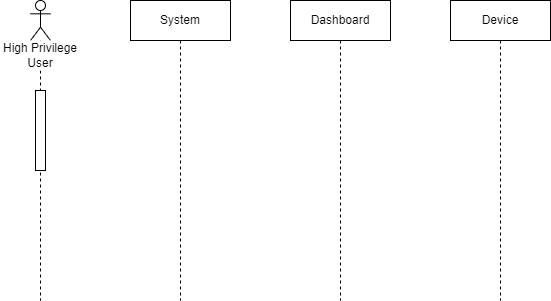
Earlier version of the draw.io export Sequence Diagram - Device (Higher Privilege).drawio.png (kaisunoo/Acads). Source tidied: cells renumbered, new cells last; positions are measured from the earlier drawing's top-left corner, leaving out a move shared by most shapes.
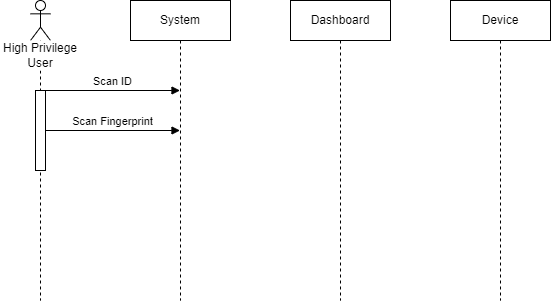
The same diagram one commit later.

What changed in the source:
```diff
@@ -20,5 +20,14 @@
     <mxCell id="7" value="Device" style="shape=umlLifeline;perimeter=lifelinePerimeter;whiteSpace=wrap;html=1;newEdgeStyle={&quot;curved&quot;:0,&quot;rounded&quot;:0};" parent="1" vertex="1">
       <mxGeometry x="450" width="100" height="300" as="geometry" />
     </mxCell>
+    <mxCell id="8" value="Scan ID" style="html=1;verticalAlign=bottom;endArrow=block;curved=0;rounded=0;" parent="1" edge="1">
+      <mxGeometry relative="1" as="geometry">
+        <mxPoint x="45" y="90" as="sourcePoint" />
+        <mxPoint x="179.5" y="90" as="targetPoint" />
+      </mxGeometry>
+    </mxCell>
+    <mxCell id="9" value="Scan Fingerprint" style="html=1;verticalAlign=bottom;endArrow=block;curved=0;rounded=0;" parent="1" edge="1" source="3" target="5">
+      <mxGeometry relative="1" as="geometry" />
+    </mxCell>
   </root>
 </mxGraphModel>
```
